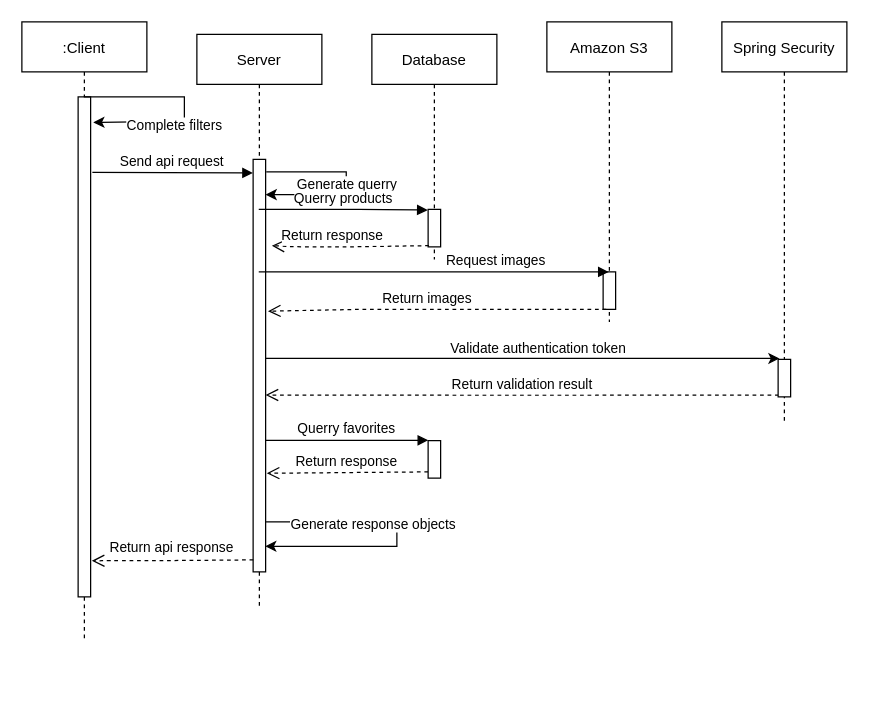
This is Diagrame/Sequence DIagram.drawio from sergiusergiu1234/licenta, a draw.io file, before an edit. Source tidied: cells renumbered, new cells numbered last; positions are measured from the earlier drawing's top-left corner, leaving out a move shared by most shapes. Both pictures are drawn from the tidied source at 125%, with x=0, y=0 at pixel (21, 21).
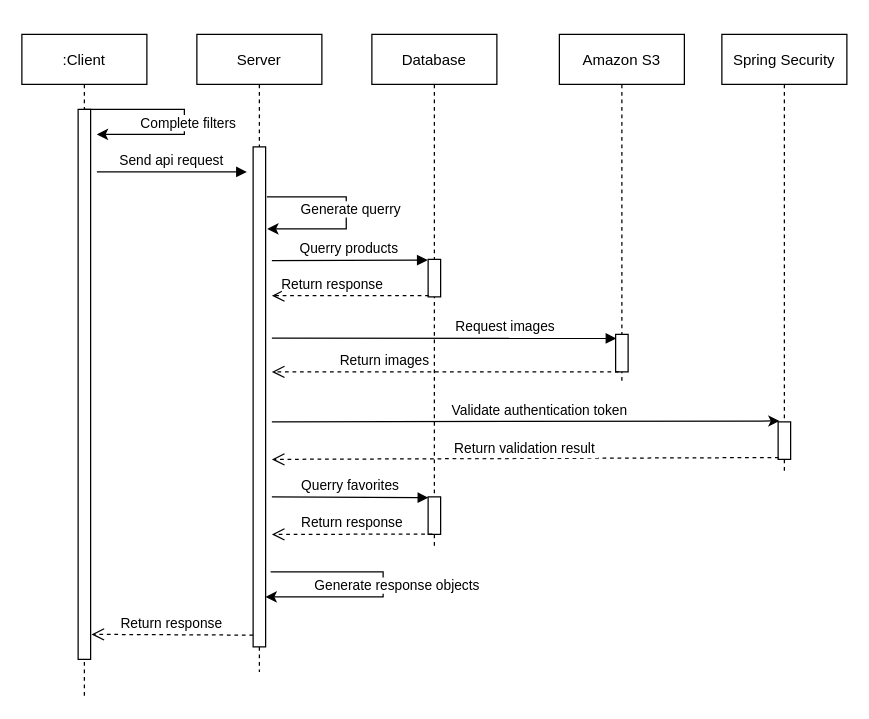
Above is the later version.

Change to the diagram source:
```diff
@@
     <mxCell id="2" value=":Client" style="shape=umlLifeline;perimeter=lifelinePerimeter;rounded=0;shadow=0;strokeWidth=1;" parent="1" vertex="1">
-      <mxGeometry width="100" height="495" as="geometry" />
+      <mxGeometry y="10" width="100" height="530" as="geometry" />
     </mxCell>
     <mxCell id="3" style="points=[];perimeter=orthogonalPerimeter;rounded=0;shadow=0;strokeWidth=1;" parent="2" vertex="1">
-      <mxGeometry x="45" y="60" width="10" height="400" as="geometry" />
+      <mxGeometry x="45" y="60" width="10" height="440" as="geometry" />
     </mxCell>
-    <mxCell id="4" style="endArrow=classic;html=1;rounded=0;entryX=1.214;entryY=0.051;entryDx=0;entryDy=0;entryPerimeter=0;" parent="2" edge="1" source="2" target="3">
+    <mxCell id="4" style="endArrow=classic;html=1;rounded=0;" parent="2" edge="1" source="2">
       <mxGeometry relative="1" as="geometry">
+        <mxPoint x="60" y="80" as="targetPoint" />
         <Array as="points">
           <mxPoint x="90" y="60" />
           <mxPoint x="130" y="60" />
           <mxPoint x="130" y="70" />
           <mxPoint x="130" y="80" />
           <mxPoint x="90" y="80" />
         </Array>
       </mxGeometry>
     </mxCell>
     <mxCell id="5" value="Complete filters" style="edgeLabel;html=1;align=center;verticalAlign=middle;" parent="4" vertex="1">
-      <mxGeometry x="0.26" y="2" relative="1" as="geometry" />
+      <mxGeometry x="0.26" y="2" relative="1" as="geometry">
+        <mxPoint x="9" y="-12" as="offset" />
+      </mxGeometry>
     </mxCell>
     <mxCell id="6" value="Server" style="shape=umlLifeline;perimeter=lifelinePerimeter;rounded=0;shadow=0;strokeWidth=1;" parent="1" vertex="1">
-      <mxGeometry x="140" y="10" width="100" height="460" as="geometry" />
+      <mxGeometry x="140" y="10" width="100" height="510" as="geometry" />
     </mxCell>
     <mxCell id="7" style="points=[];perimeter=orthogonalPerimeter;rounded=0;shadow=0;strokeWidth=1;" parent="6" vertex="1">
-      <mxGeometry x="45" y="100" width="10" height="330" as="geometry" />
+      <mxGeometry x="45" y="90" width="10" height="400" as="geometry" />
     </mxCell>
-    <mxCell id="8" style="endArrow=classic;html=1;rounded=0;exitX=1.1;exitY=0.024;exitDx=0;exitDy=0;exitPerimeter=0;entryX=1.048;entryY=0.094;entryDx=0;entryDy=0;entryPerimeter=0;edgeStyle=elbowEdgeStyle;" parent="6" edge="1">
+    <mxCell id="8" style="endArrow=classic;html=1;rounded=0;entryX=1.134;entryY=0.164;entryDx=0;entryDy=0;entryPerimeter=0;edgeStyle=elbowEdgeStyle;" parent="6" edge="1" target="7">
       <mxGeometry relative="1" as="geometry">
-        <mxPoint x="55.5" y="110" as="sourcePoint" />
-        <mxPoint x="55" y="128.2" as="targetPoint" />
+        <mxPoint x="56" y="130" as="sourcePoint" />
         <Array as="points">
           <mxPoint x="119.5" y="108.8" />
           <mxPoint x="119.5" y="118.8" />
           <mxPoint x="79.5" y="118.8" />
         </Array>
       </mxGeometry>
     </mxCell>
@@
-    <mxCell id="10" style="endArrow=classic;html=1;rounded=0;exitX=1.034;exitY=0.879;exitDx=0;exitDy=0;exitPerimeter=0;entryX=0.967;entryY=0.938;entryDx=0;entryDy=0;entryPerimeter=0;edgeStyle=elbowEdgeStyle;" parent="6" edge="1" source="7" target="7">
+    <mxCell id="10" style="endArrow=classic;html=1;rounded=0;edgeStyle=elbowEdgeStyle;" parent="6" edge="1">
       <mxGeometry relative="1" as="geometry">
+        <mxPoint x="59" y="430" as="sourcePoint" />
+        <mxPoint x="55" y="450" as="targetPoint" />
         <Array as="points">
-          <mxPoint x="160" y="420" />
-          <mxPoint x="160" y="400" />
+          <mxPoint x="149" y="430" />
+          <mxPoint x="159" y="440" />
+          <mxPoint x="159" y="420" />
         </Array>
       </mxGeometry>
     </mxCell>
     <mxCell id="11" value="Generate response objects" style="edgeLabel;html=1;align=center;verticalAlign=middle;" parent="10" vertex="1">
       <mxGeometry x="-0.45" y="-1" relative="1" as="geometry">
-        <mxPoint x="22" as="offset" />
+        <mxPoint x="44" y="9" as="offset" />
       </mxGeometry>
     </mxCell>
+    <mxCell id="30" value="Return response" style="verticalAlign=bottom;endArrow=open;dashed=1;endSize=8;shadow=0;strokeWidth=1;exitX=0.067;exitY=0.783;exitDx=0;exitDy=0;exitPerimeter=0;entryX=1.134;entryY=0.832;entryDx=0;entryDy=0;entryPerimeter=0;" parent="6" edge="1">
+      <mxGeometry relative="1" as="geometry">
+        <mxPoint x="45" y="480.6" as="sourcePoint" />
+        <mxPoint x="-84.3" y="480" as="targetPoint" />
+      </mxGeometry>
+    </mxCell>
     <mxCell id="12" value="Database" style="shape=umlLifeline;perimeter=lifelinePerimeter;rounded=0;shadow=0;strokeWidth=1;" parent="1" vertex="1">
-      <mxGeometry x="280" y="10" width="100" height="180" as="geometry" />
+      <mxGeometry x="280" y="10" width="100" height="410" as="geometry" />
     </mxCell>
     <mxCell id="13" style="points=[];perimeter=orthogonalPerimeter;rounded=0;shadow=0;strokeWidth=1;" parent="12" vertex="1">
-      <mxGeometry x="45" y="140" width="10" height="30" as="geometry" />
+      <mxGeometry x="45" y="180" width="10" height="30" as="geometry" />
     </mxCell>
+    <mxCell id="22" style="points=[];perimeter=orthogonalPerimeter;rounded=0;shadow=0;strokeWidth=1;" parent="12" vertex="1">
+      <mxGeometry x="45" y="370" width="10" height="30" as="geometry" />
+    </mxCell>
-    <mxCell id="14" value="Querry products" style="verticalAlign=bottom;endArrow=block;shadow=0;strokeWidth=1;entryX=-0.034;entryY=0.02;entryDx=0;entryDy=0;entryPerimeter=0;" parent="1" edge="1" source="6" target="13">
+    <mxCell id="14" value="Querry products" style="verticalAlign=bottom;endArrow=block;shadow=0;strokeWidth=1;entryX=-0.034;entryY=0.02;entryDx=0;entryDy=0;entryPerimeter=0;" parent="1" edge="1" target="13">
       <mxGeometry relative="1" as="geometry">
-        <Array as="points">
-          <mxPoint x="250" y="150" />
-          <mxPoint x="280" y="150" />
-        </Array>
+        <mxPoint x="200" y="191" as="sourcePoint" />
       </mxGeometry>
     </mxCell>
     <mxCell id="15" value="Amazon S3" style="shape=umlLifeline;perimeter=lifelinePerimeter;rounded=0;shadow=0;strokeWidth=1;" parent="1" vertex="1">
-      <mxGeometry x="420" width="100" height="240" as="geometry" />
+      <mxGeometry x="430" y="10" width="100" height="280" as="geometry" />
     </mxCell>
     <mxCell id="16" style="points=[];perimeter=orthogonalPerimeter;rounded=0;shadow=0;strokeWidth=1;" parent="15" vertex="1">
-      <mxGeometry x="45" y="200" width="10" height="30" as="geometry" />
+      <mxGeometry x="45" y="240" width="10" height="30" as="geometry" />
     </mxCell>
     <mxCell id="17" value="Return response" style="verticalAlign=bottom;endArrow=open;dashed=1;endSize=8;shadow=0;strokeWidth=1;exitX=0.062;exitY=0.967;exitDx=0;exitDy=0;exitPerimeter=0;" parent="1" edge="1" source="13">
       <mxGeometry x="0.23" relative="1" as="geometry">
-        <mxPoint x="200" y="179" as="targetPoint" />
-        <Array as="points">
-          <mxPoint x="260" y="180" />
-          <mxPoint x="220" y="180" />
-        </Array>
+        <mxPoint x="200" y="219" as="targetPoint" />
       </mxGeometry>
     </mxCell>
     <mxCell id="18" value="Spring Security" style="shape=umlLifeline;perimeter=lifelinePerimeter;rounded=0;shadow=0;strokeWidth=1;" parent="1" vertex="1">
-      <mxGeometry x="560" width="100" height="320" as="geometry" />
+      <mxGeometry x="560" y="10" width="100" height="350" as="geometry" />
     </mxCell>
+    <mxCell id="27" style="points=[];perimeter=orthogonalPerimeter;rounded=0;shadow=0;strokeWidth=1;" parent="18" vertex="1">
+      <mxGeometry x="45" y="310" width="10" height="30" as="geometry" />
+    </mxCell>
-    <mxCell id="19" style="endArrow=classic;html=1;rounded=0;entryX=0.109;entryY=-0.024;entryDx=0;entryDy=0;entryPerimeter=0;" parent="1" edge="1" source="7" target="27">
-      <mxGeometry relative="1" as="geometry" />
+    <mxCell id="19" style="endArrow=classic;html=1;rounded=0;entryX=0.109;entryY=-0.024;entryDx=0;entryDy=0;entryPerimeter=0;" parent="1" edge="1" target="27">
+      <mxGeometry relative="1" as="geometry">
+        <mxPoint x="200" y="320" as="sourcePoint" />
+      </mxGeometry>
     </mxCell>
@@
-    <mxCell id="21" value="Return response" style="verticalAlign=bottom;endArrow=open;dashed=1;endSize=8;shadow=0;strokeWidth=1;entryX=1.092;entryY=0.761;entryDx=0;entryDy=0;entryPerimeter=0;" parent="1" edge="1" target="7">
+    <mxCell id="21" value="Return response" style="verticalAlign=bottom;endArrow=open;dashed=1;endSize=8;shadow=0;strokeWidth=1;exitX=0.346;exitY=0.993;exitDx=0;exitDy=0;exitPerimeter=0;" parent="1" edge="1" source="22">
       <mxGeometry relative="1" as="geometry">
-        <mxPoint x="325" y="360" as="sourcePoint" />
+        <mxPoint x="200" y="410" as="targetPoint" />
       </mxGeometry>
     </mxCell>
-    <mxCell id="22" style="points=[];perimeter=orthogonalPerimeter;rounded=0;shadow=0;strokeWidth=1;" parent="1" vertex="1">
-      <mxGeometry x="325" y="335" width="10" height="30" as="geometry" />
-    </mxCell>
-    <mxCell id="23" value="Querry favorites" style="verticalAlign=bottom;endArrow=block;shadow=0;strokeWidth=1;entryX=0.011;entryY=-0.009;entryDx=0;entryDy=0;entryPerimeter=0;" parent="1" edge="1" source="7" target="22">
-      <mxGeometry relative="1" as="geometry" />
+    <mxCell id="23" value="Querry favorites" style="verticalAlign=bottom;endArrow=block;shadow=0;strokeWidth=1;entryX=0.016;entryY=0.021;entryDx=0;entryDy=0;entryPerimeter=0;" parent="1" edge="1" target="22">
+      <mxGeometry x="0.01" relative="1" as="geometry">
+        <mxPoint x="200" y="380" as="sourcePoint" />
+      </mxGeometry>
     </mxCell>
-    <mxCell id="24" value="Request images" style="verticalAlign=bottom;endArrow=block;shadow=0;strokeWidth=1;" parent="1" edge="1" source="6" target="15">
+    <mxCell id="24" value="Request images" style="verticalAlign=bottom;endArrow=block;shadow=0;strokeWidth=1;entryX=0.06;entryY=0.11;entryDx=0;entryDy=0;entryPerimeter=0;" parent="1" edge="1" target="16">
       <mxGeometry x="0.36" relative="1" as="geometry">
-        <Array as="points">
-          <mxPoint x="380" y="200" />
-          <mxPoint x="430" y="200" />
-          <mxPoint x="460" y="200" />
-        </Array>
+        <mxPoint x="200" y="253" as="sourcePoint" />
       </mxGeometry>
     </mxCell>
-    <mxCell id="25" value="Return validation result" style="verticalAlign=bottom;endArrow=open;dashed=1;endSize=8;shadow=0;strokeWidth=1;exitX=0.053;exitY=0.951;exitDx=0;exitDy=0;exitPerimeter=0;" parent="1" edge="1" source="27" target="7">
-      <mxGeometry y="1" relative="1" as="geometry" />
+    <mxCell id="25" value="Return validation result" style="verticalAlign=bottom;endArrow=open;dashed=1;endSize=8;shadow=0;strokeWidth=1;exitX=0.053;exitY=0.951;exitDx=0;exitDy=0;exitPerimeter=0;" parent="1" edge="1" source="27">
+      <mxGeometry y="1" relative="1" as="geometry">
+        <mxPoint x="200" y="350" as="targetPoint" />
+      </mxGeometry>
     </mxCell>
-    <mxCell id="26" value="Send api request" style="verticalAlign=bottom;endArrow=block;shadow=0;strokeWidth=1;entryX=-0.014;entryY=0.033;entryDx=0;entryDy=0;entryPerimeter=0;exitX=1.138;exitY=0.151;exitDx=0;exitDy=0;exitPerimeter=0;" parent="1" edge="1" source="3" target="7">
-      <mxGeometry relative="1" as="geometry" />
+    <mxCell id="26" value="Send api request" style="verticalAlign=bottom;endArrow=block;shadow=0;strokeWidth=1;" parent="1" edge="1">
+      <mxGeometry relative="1" as="geometry">
+        <mxPoint x="60" y="120" as="sourcePoint" />
+        <mxPoint x="180" y="120" as="targetPoint" />
+      </mxGeometry>
     </mxCell>
-    <mxCell id="27" style="points=[];perimeter=orthogonalPerimeter;rounded=0;shadow=0;strokeWidth=1;" parent="1" vertex="1">
-      <mxGeometry x="605" y="270" width="10" height="30" as="geometry" />
-    </mxCell>
-    <mxCell id="28" value="Return images" style="verticalAlign=bottom;endArrow=open;dashed=1;endSize=8;shadow=0;strokeWidth=1;entryX=1.188;entryY=0.368;entryDx=0;entryDy=0;entryPerimeter=0;exitX=0.248;exitY=1;exitDx=0;exitDy=0;exitPerimeter=0;" parent="1" edge="1" source="16" target="7">
-      <mxGeometry x="0.06" relative="1" as="geometry">
-        <Array as="points">
-          <mxPoint x="380" y="230" />
-          <mxPoint x="270" y="230" />
-        </Array>
+    <mxCell id="28" value="Return images" style="verticalAlign=bottom;endArrow=open;dashed=1;endSize=8;shadow=0;strokeWidth=1;exitX=0.248;exitY=1;exitDx=0;exitDy=0;exitPerimeter=0;" parent="1" edge="1" source="16">
+      <mxGeometry x="0.35" relative="1" as="geometry">
+        <mxPoint x="200" y="280" as="targetPoint" />
       </mxGeometry>
     </mxCell>
-    <mxCell id="29" value="Return api response" style="verticalAlign=bottom;endArrow=open;dashed=1;endSize=8;shadow=0;strokeWidth=1;exitX=0.013;exitY=0.971;exitDx=0;exitDy=0;exitPerimeter=0;entryX=1.095;entryY=0.928;entryDx=0;entryDy=0;entryPerimeter=0;" parent="1" edge="1" source="7" target="3">
-      <mxGeometry x="0.01" y="-1" relative="1" as="geometry">
-        <Array as="points">
-          <mxPoint x="110" y="431" />
-          <mxPoint x="70" y="431" />
-        </Array>
-      </mxGeometry>
-    </mxCell>
```
